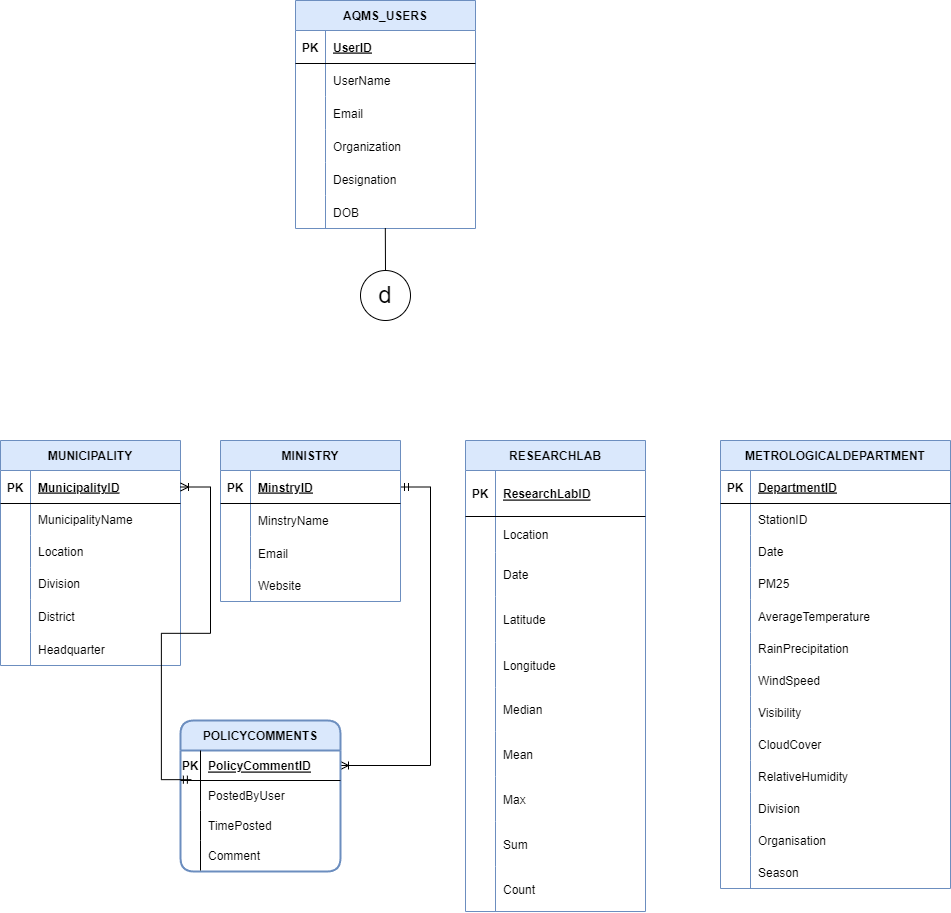
Earlier version of the draw.io export EERD.png (toushifhossain1/AirQualityMonitoringOfBangladesh). Source tidied: cells renumbered, new cells last; positions are measured from the earlier drawing's top-left corner, leaving out a move shared by most shapes.
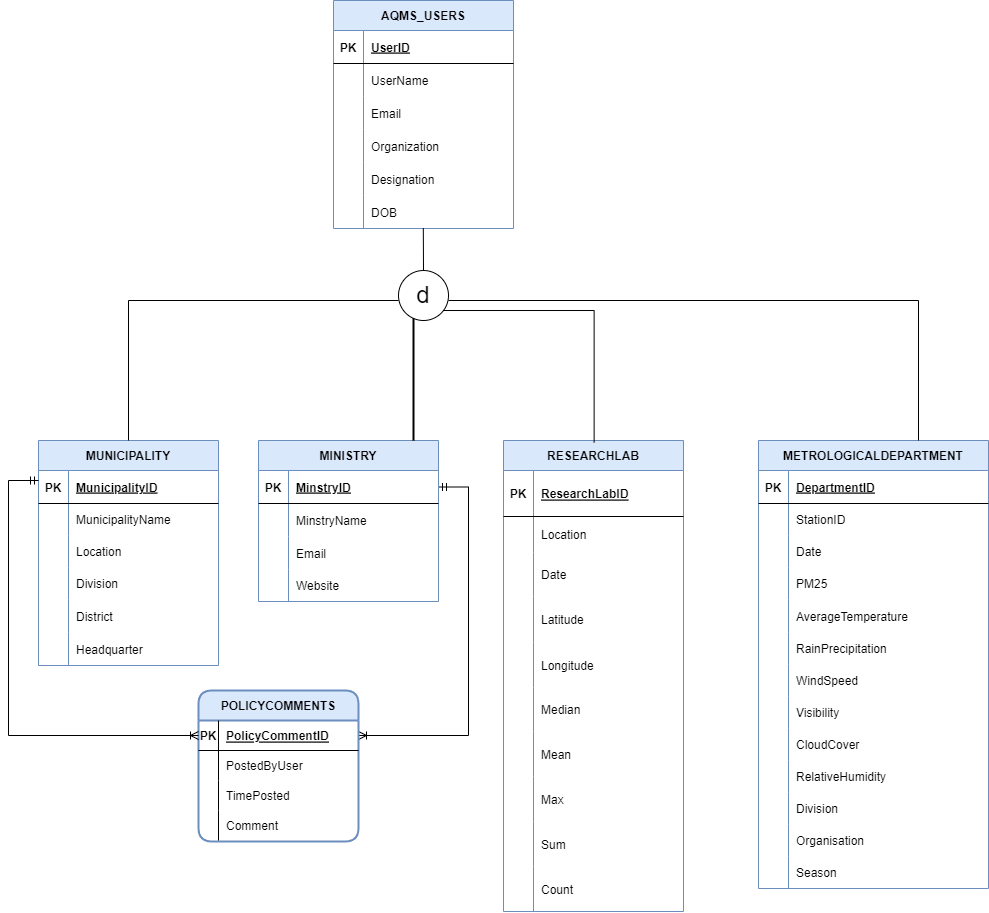
After the commit.

The edit, as a diff of the source:
```diff
@@ -126,7 +126,7 @@
       <mxGeometry x="30" width="150" height="33" as="geometry" />
     </mxCell>
     <mxCell id="43" value="POLICYCOMMENTS" style="swimlane;horizontal=1;startSize=30;rounded=1;fontSize=12;fontStyle=1;strokeWidth=2;shadow=0;dashed=0;align=center;swimlaneLine=1;fillColor=#dae8fc;strokeColor=#6c8ebf;" parent="1" vertex="1">
-      <mxGeometry x="180" y="720" width="160" height="151" as="geometry" />
+      <mxGeometry x="160" y="690" width="160" height="151" as="geometry" />
     </mxCell>
     <mxCell id="44" style="shape=table;startSize=0;rowLines=0;fontStyle=0;align=center;strokeColor=none;fillColor=none;rounded=0;sketch=0;shadow=0;swimlaneLine=1;" parent="43" vertex="1">
       <mxGeometry y="30" width="160" height="121" as="geometry" />
@@ -206,9 +206,6 @@
     <mxCell id="69" value="Website" style="shape=partialRectangle;fillColor=none;top=0;left=0;bottom=0;right=0;align=left;spacingLeft=6;overflow=hidden;" parent="67" vertex="1">
       <mxGeometry x="30" width="150" height="32" as="geometry" />
     </mxCell>
-    <mxCell id="70" style="edgeStyle=entityRelationEdgeStyle;fontSize=12;html=1;endArrow=ERoneToMany;startArrow=ERmandOne;rounded=0;exitX=0.068;exitY=-0.028;exitDx=0;exitDy=0;exitPerimeter=0;" parent="1" edge="1" source="48" target="25">
-      <mxGeometry relative="1" as="geometry" />
-    </mxCell>
     <mxCell id="71" value="RESEARCHLAB" style="shape=table;startSize=30;rowLines=0;fontStyle=1;align=center;swimlaneLine=1;rounded=0;shadow=0;sketch=0;fillColor=#dae8fc;strokeColor=#6c8ebf;columnLines=1;resizeLastRow=0;arcSize=15;" parent="1" vertex="1">
       <mxGeometry x="465" y="440" width="180" height="471" as="geometry" />
     </mxCell>
@@ -422,5 +419,25 @@
     <mxCell id="141" value="Season" style="shape=partialRectangle;fillColor=none;top=0;left=0;bottom=0;right=0;align=left;spacingLeft=6;overflow=hidden;" parent="139" vertex="1">
       <mxGeometry x="30" width="200" height="32" as="geometry" />
     </mxCell>
+    <mxCell id="70" style="edgeStyle=elbowEdgeStyle;fontSize=12;html=1;endArrow=ERoneToMany;startArrow=ERmandOne;rounded=0;exitX=0;exitY=0.303;exitDx=0;exitDy=0;exitPerimeter=0;entryX=0;entryY=0.5;entryDx=0;entryDy=0;" parent="1" edge="1" source="25" target="45">
+      <mxGeometry relative="1" as="geometry">
+        <Array as="points">
+          <mxPoint x="-30" y="670" />
+          <mxPoint x="90" y="660" />
+        </Array>
+      </mxGeometry>
+    </mxCell>
+    <mxCell id="142" style="shape=partialRectangle;whiteSpace=wrap;html=1;bottom=0;right=0;fillColor=none;fontSize=24;" parent="1" vertex="1">
+      <mxGeometry x="90" y="300" width="270" height="140" as="geometry" />
+    </mxCell>
+    <mxCell id="143" style="shape=partialRectangle;whiteSpace=wrap;html=1;bottom=0;right=0;fillColor=none;fontSize=24;direction=south;" parent="1" vertex="1">
+      <mxGeometry x="410" y="300" width="470" height="140" as="geometry" />
+    </mxCell>
+    <mxCell id="144" style="shape=partialRectangle;whiteSpace=wrap;html=1;bottom=0;right=0;fillColor=none;fontSize=24;rotation=90;" parent="1" vertex="1">
+      <mxGeometry x="414.4" y="300.6" width="131.9" height="150.6" as="geometry" />
+    </mxCell>
+    <mxCell id="145" style="line;strokeWidth=2;direction=south;html=1;fontSize=24;" parent="1" vertex="1">
+      <mxGeometry x="370" y="318" width="10" height="122" as="geometry" />
+    </mxCell>
   </root>
 </mxGraphModel>
```
